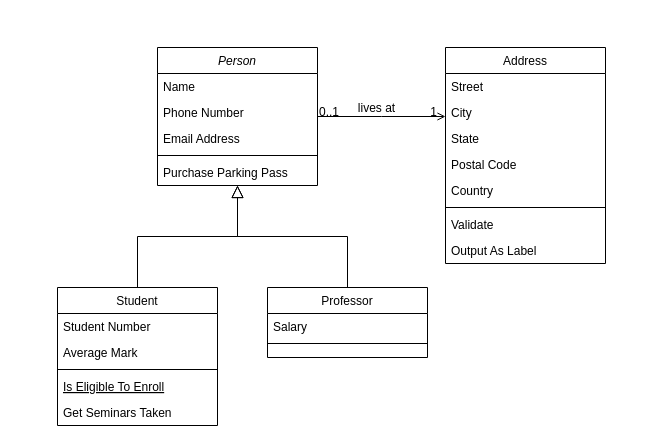
The draw.io diagram Diagramme sans nom.drawio in Chanchico/messagerieAPI_atelier4, before the edit. Source tidied: cells renumbered, new cells numbered last; positions are measured from the earlier drawing's top-left corner, leaving out a move shared by most shapes. Both pictures are drawn from the tidied source at 100%, with x=0, y=0 at pixel (57, 47).
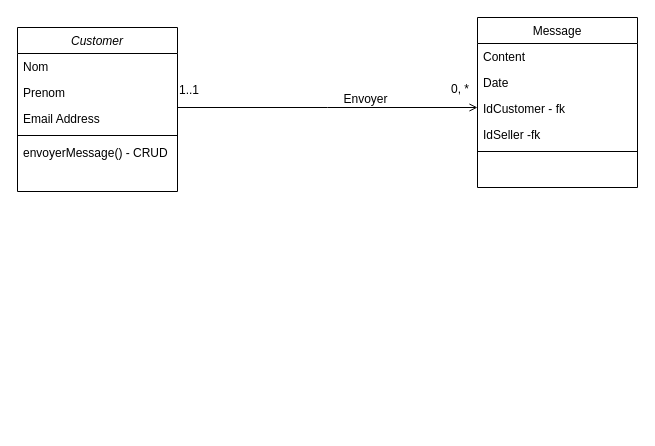
After the change.

The change refers to these unchanged cells:
```xml
<mxCell id="28" style="endArrow=open;shadow=0;strokeWidth=1;rounded=0;endFill=1;edgeStyle=elbowEdgeStyle;elbow=vertical;" parent="1" edge="1" source="2" target="19">
  <mxGeometry x="0.5" y="41" relative="1" as="geometry">
    <mxPoint x="-40" y="32" as="offset" />
  </mxGeometry>
</mxCell>
```

The edit, as a diff of the source:
```diff
@@
-    <mxCell id="2" value="Person" style="swimlane;fontStyle=2;align=center;verticalAlign=top;horizontal=1;startSize=26;rounded=0;shadow=0;strokeWidth=1;" parent="1" vertex="1">
-      <mxGeometry x="100" width="160" height="138" as="geometry" />
+    <mxCell id="2" value="Customer" style="swimlane;fontStyle=2;align=center;verticalAlign=top;horizontal=1;startSize=26;rounded=0;shadow=0;strokeWidth=1;" parent="1" vertex="1">
+      <mxGeometry x="-40" y="-20" width="160" height="164" as="geometry" />
     </mxCell>
-    <mxCell id="3" value="Name" style="text;align=left;verticalAlign=top;spacingLeft=4;spacingRight=4;overflow=hidden;" parent="2" vertex="1">
+    <mxCell id="3" value="Nom" style="text;align=left;verticalAlign=top;spacingLeft=4;spacingRight=4;overflow=hidden;" parent="2" vertex="1">
       <mxGeometry y="26" width="160" height="26" as="geometry" />
     </mxCell>
-    <mxCell id="4" value="Phone Number" style="text;align=left;verticalAlign=top;spacingLeft=4;spacingRight=4;overflow=hidden;rounded=0;shadow=0;html=0;" parent="2" vertex="1">
+    <mxCell id="4" value="Prenom" style="text;align=left;verticalAlign=top;spacingLeft=4;spacingRight=4;overflow=hidden;rounded=0;shadow=0;html=0;" parent="2" vertex="1">
       <mxGeometry y="52" width="160" height="26" as="geometry" />
     </mxCell>
@@
-    <mxCell id="7" value="Purchase Parking Pass" style="text;align=left;verticalAlign=top;spacingLeft=4;spacingRight=4;overflow=hidden;" parent="2" vertex="1">
+    <mxCell id="7" value="envoyerMessage() - CRUD&#10;&#10;" style="text;align=left;verticalAlign=top;spacingLeft=4;spacingRight=4;overflow=hidden;" parent="2" vertex="1">
       <mxGeometry y="112" width="160" height="26" as="geometry" />
     </mxCell>
-    <mxCell id="8" value="Student" style="swimlane;fontStyle=0;align=center;verticalAlign=top;horizontal=1;startSize=26;rounded=0;shadow=0;strokeWidth=1;" parent="1" vertex="1">
-      <mxGeometry y="240" width="160" height="138" as="geometry" />
-    </mxCell>
-    <mxCell id="9" value="Student Number" style="text;align=left;verticalAlign=top;spacingLeft=4;spacingRight=4;overflow=hidden;" parent="8" vertex="1">
-      <mxGeometry y="26" width="160" height="26" as="geometry" />
-    </mxCell>
-    <mxCell id="10" value="Average Mark" style="text;align=left;verticalAlign=top;spacingLeft=4;spacingRight=4;overflow=hidden;rounded=0;shadow=0;html=0;" parent="8" vertex="1">
-      <mxGeometry y="52" width="160" height="26" as="geometry" />
-    </mxCell>
-    <mxCell id="11" style="line;html=1;strokeWidth=1;align=left;verticalAlign=middle;spacingTop=-1;spacingLeft=3;spacingRight=3;labelPosition=right;" parent="8" vertex="1">
-      <mxGeometry y="78" width="160" height="8" as="geometry" />
-    </mxCell>
-    <mxCell id="12" value="Is Eligible To Enroll" style="text;align=left;verticalAlign=top;spacingLeft=4;spacingRight=4;overflow=hidden;fontStyle=4;" parent="8" vertex="1">
-      <mxGeometry y="86" width="160" height="26" as="geometry" />
-    </mxCell>
-    <mxCell id="13" value="Get Seminars Taken" style="text;align=left;verticalAlign=top;spacingLeft=4;spacingRight=4;overflow=hidden;" parent="8" vertex="1">
-      <mxGeometry y="112" width="160" height="26" as="geometry" />
-    </mxCell>
-    <mxCell id="14" style="endArrow=block;endSize=10;endFill=0;shadow=0;strokeWidth=1;rounded=0;edgeStyle=elbowEdgeStyle;elbow=vertical;" parent="1" edge="1" source="8" target="2">
-      <mxGeometry relative="1" as="geometry" />
-    </mxCell>
-    <mxCell id="15" value="Professor" style="swimlane;fontStyle=0;align=center;verticalAlign=top;horizontal=1;startSize=26;rounded=0;shadow=0;strokeWidth=1;" parent="1" vertex="1">
-      <mxGeometry x="210" y="240" width="160" height="70" as="geometry" />
-    </mxCell>
-    <mxCell id="16" value="Salary" style="text;align=left;verticalAlign=top;spacingLeft=4;spacingRight=4;overflow=hidden;" parent="15" vertex="1">
-      <mxGeometry y="26" width="160" height="26" as="geometry" />
-    </mxCell>
-    <mxCell id="17" style="line;html=1;strokeWidth=1;align=left;verticalAlign=middle;spacingTop=-1;spacingLeft=3;spacingRight=3;labelPosition=right;" parent="15" vertex="1">
-      <mxGeometry y="52" width="160" height="8" as="geometry" />
-    </mxCell>
-    <mxCell id="18" style="endArrow=block;endSize=10;endFill=0;shadow=0;strokeWidth=1;rounded=0;edgeStyle=elbowEdgeStyle;elbow=vertical;" parent="1" edge="1" source="15" target="2">
-      <mxGeometry relative="1" as="geometry" />
-    </mxCell>
-    <mxCell id="19" value="Address" style="swimlane;fontStyle=0;align=center;verticalAlign=top;horizontal=1;startSize=26;rounded=0;shadow=0;strokeWidth=1;" parent="1" vertex="1">
-      <mxGeometry x="388" width="160" height="216" as="geometry" />
+    <mxCell id="19" value="Message" style="swimlane;fontStyle=0;align=center;verticalAlign=top;horizontal=1;startSize=26;rounded=0;shadow=0;strokeWidth=1;" parent="1" vertex="1">
+      <mxGeometry x="420" y="-30" width="160" height="170" as="geometry" />
     </mxCell>
-    <mxCell id="20" value="Street" style="text;align=left;verticalAlign=top;spacingLeft=4;spacingRight=4;overflow=hidden;" parent="19" vertex="1">
+    <mxCell id="20" value="Content" style="text;align=left;verticalAlign=top;spacingLeft=4;spacingRight=4;overflow=hidden;" parent="19" vertex="1">
       <mxGeometry y="26" width="160" height="26" as="geometry" />
     </mxCell>
-    <mxCell id="21" value="City" style="text;align=left;verticalAlign=top;spacingLeft=4;spacingRight=4;overflow=hidden;rounded=0;shadow=0;html=0;" parent="19" vertex="1">
+    <mxCell id="21" value="Date" style="text;align=left;verticalAlign=top;spacingLeft=4;spacingRight=4;overflow=hidden;rounded=0;shadow=0;html=0;" parent="19" vertex="1">
       <mxGeometry y="52" width="160" height="26" as="geometry" />
     </mxCell>
-    <mxCell id="22" value="State" style="text;align=left;verticalAlign=top;spacingLeft=4;spacingRight=4;overflow=hidden;rounded=0;shadow=0;html=0;" parent="19" vertex="1">
+    <mxCell id="22" value="IdCustomer - fk&#10;&#10;&#10;" style="text;align=left;verticalAlign=top;spacingLeft=4;spacingRight=4;overflow=hidden;rounded=0;shadow=0;html=0;" parent="19" vertex="1">
       <mxGeometry y="78" width="160" height="26" as="geometry" />
     </mxCell>
-    <mxCell id="23" value="Postal Code" style="text;align=left;verticalAlign=top;spacingLeft=4;spacingRight=4;overflow=hidden;rounded=0;shadow=0;html=0;" parent="19" vertex="1">
-      <mxGeometry y="104" width="160" height="26" as="geometry" />
-    </mxCell>
-    <mxCell id="24" value="Country" style="text;align=left;verticalAlign=top;spacingLeft=4;spacingRight=4;overflow=hidden;rounded=0;shadow=0;html=0;" parent="19" vertex="1">
-      <mxGeometry y="130" width="160" height="26" as="geometry" />
-    </mxCell>
+    <mxCell id="32" value="IdSeller -fk&#10;&#10;&#10;" style="text;align=left;verticalAlign=top;spacingLeft=4;spacingRight=4;overflow=hidden;rounded=0;shadow=0;html=0;" parent="19" vertex="1">
+      <mxGeometry y="104" width="160" height="26" as="geometry" />
+    </mxCell>
     <mxCell id="25" style="line;html=1;strokeWidth=1;align=left;verticalAlign=middle;spacingTop=-1;spacingLeft=3;spacingRight=3;labelPosition=right;" parent="19" vertex="1">
-      <mxGeometry y="156" width="160" height="8" as="geometry" />
+      <mxGeometry y="130" width="160" height="8" as="geometry" />
     </mxCell>
-    <mxCell id="26" value="Validate" style="text;align=left;verticalAlign=top;spacingLeft=4;spacingRight=4;overflow=hidden;" parent="19" vertex="1">
-      <mxGeometry y="164" width="160" height="26" as="geometry" />
-    </mxCell>
-    <mxCell id="27" value="Output As Label" style="text;align=left;verticalAlign=top;spacingLeft=4;spacingRight=4;overflow=hidden;" parent="19" vertex="1">
-      <mxGeometry y="190" width="160" height="26" as="geometry" />
-    </mxCell>
@@
-    <mxCell id="29" value="0..1" style="align=left;verticalAlign=bottom;labelBackgroundColor=none;fontSize=12;" parent="28" vertex="1">
+    <mxCell id="29" value="1..1" style="align=left;verticalAlign=bottom;labelBackgroundColor=none;fontSize=12;" parent="28" vertex="1">
       <mxGeometry x="-1" relative="1" as="geometry">
-        <mxPoint y="4" as="offset" />
+        <mxPoint y="-9" as="offset" />
       </mxGeometry>
     </mxCell>
-    <mxCell id="30" value="1" style="align=right;verticalAlign=bottom;labelBackgroundColor=none;fontSize=12;" parent="28" vertex="1">
+    <mxCell id="30" value="0, *&#10;" style="align=right;verticalAlign=bottom;labelBackgroundColor=none;fontSize=12;" parent="28" vertex="1">
       <mxGeometry x="1" relative="1" as="geometry">
         <mxPoint x="-7" y="4" as="offset" />
       </mxGeometry>
     </mxCell>
-    <mxCell id="31" value="lives at" style="text;html=1;align=center;verticalAlign=middle;labelBackgroundColor=none;rounded=0;shadow=0;strokeWidth=1;fontSize=12;" parent="28" vertex="1">
+    <mxCell id="31" value="Envoyer" style="text;html=1;align=center;verticalAlign=middle;labelBackgroundColor=none;rounded=0;shadow=0;strokeWidth=1;fontSize=12;" parent="28" vertex="1">
       <mxGeometry x="0.5" y="49" relative="1" as="geometry">
         <mxPoint x="-38" y="40" as="offset" />
       </mxGeometry>
     </mxCell>
```
